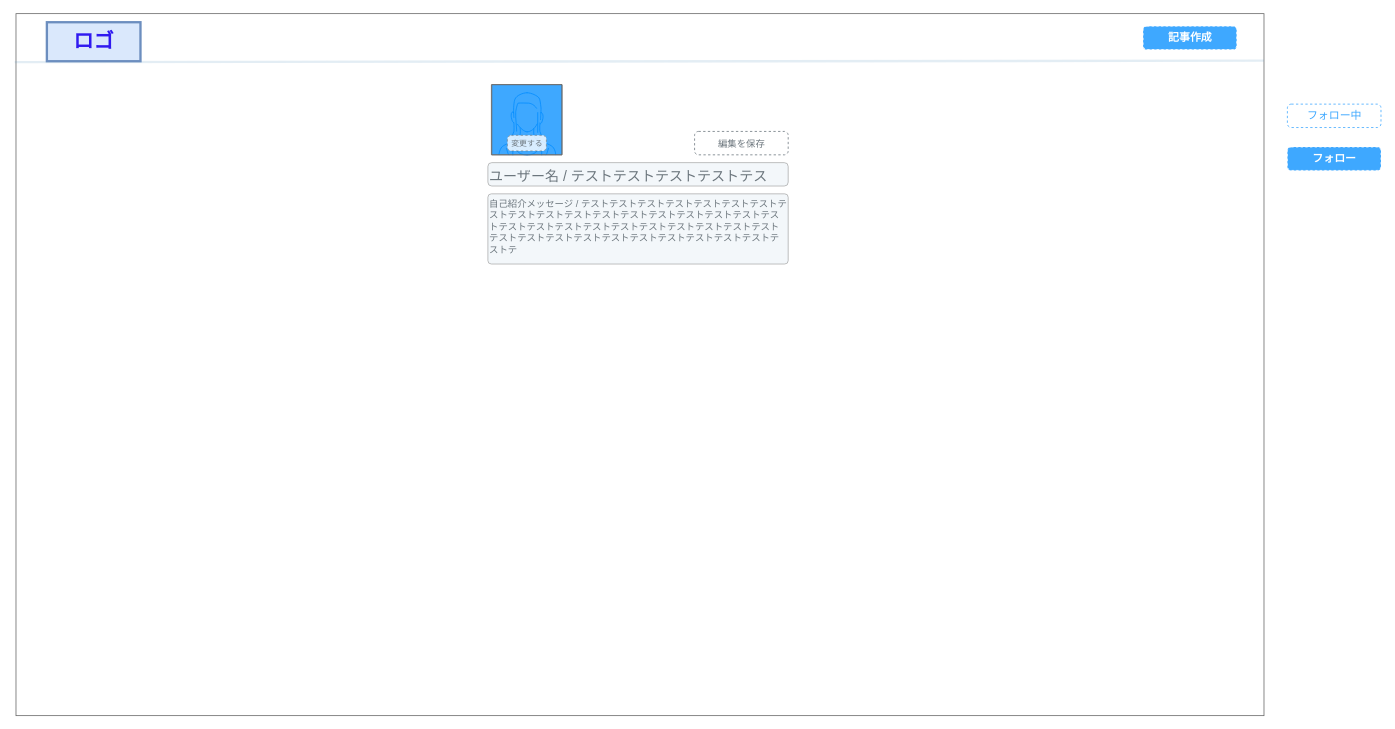
Above: documents/ScreenDesigns/プロフィール編集画面.drawio in fjsho/codegym-team-development (draw.io), before the change. Source tidied: cells renumbered, new cells numbered last; positions are measured from the earlier drawing's top-left corner, leaving out a move shared by most shapes. Both pictures are drawn from the tidied source at 78%, with x=0, y=0 at pixel (16, 13).
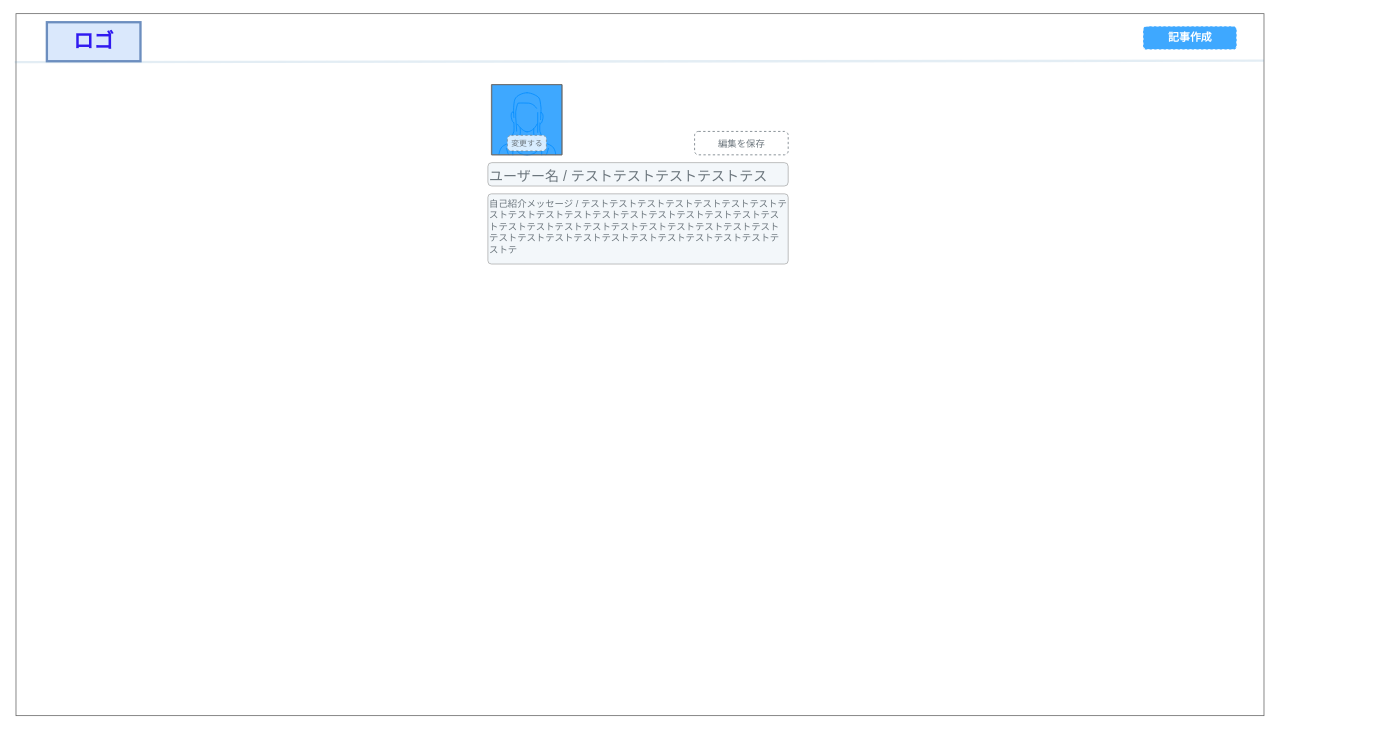
The same page after the edit.

Commit message:
[fix]不要な要素の削除（編集画面）

Change to the diagram source:
```diff
@@
 <mxGraphModel>
   <root>
     <mxCell id="0" />
     <mxCell id="1" parent="0" />
     <mxCell id="2" value="&lt;div class=&quot;sessionsLayoutHeader_title&quot; style=&quot;box-sizing: inherit ; margin: 30px 0px ; letter-spacing: 1px ; font-size: 36px ; font-weight: 400 ; color: rgb(74 , 74 , 74) ; font-style: normal ; text-indent: 0px ; text-transform: none ; word-spacing: 0px ; background-color: rgb(255 , 255 , 255)&quot;&gt;&lt;br&gt;&lt;/div&gt;" style="html=1;shadow=0;dashed=0;fontSize=16;align=left;spacing=15;fillColor=#fff;fontColor=#333333;strokeColor=#666666;" parent="1" vertex="1">
       <mxGeometry width="1600" height="900" as="geometry" />
     </mxCell>
     <mxCell id="3" style="endArrow=none;html=1;strokeColor=#5c93bb2b;strokeWidth=3;entryX=1;entryY=0.067;entryDx=0;entryDy=0;entryPerimeter=0;exitX=-0.001;exitY=0.069;exitDx=0;exitDy=0;exitPerimeter=0;" parent="1" edge="1" source="2" target="2">
       <mxGeometry relative="1" as="geometry" />
     </mxCell>
     <mxCell id="4" value="ロゴ" style="rounded=0;whiteSpace=wrap;html=1;strokeWidth=3;fillColor=#dae8fc;strokeColor=#6c8ebf;fontStyle=1;fontSize=26;labelBackgroundColor=none;fontColor=#301AF0;" parent="1" vertex="1">
       <mxGeometry x="39.6" y="11" width="120" height="50" as="geometry" />
     </mxCell>
-    <mxCell id="5" value="フォロー中" style="html=1;shadow=0;dashed=1;shape=mxgraph.bootstrap.rrect;rSize=5;fillColor=#FFFFFF;strokeColor=#3EA8FF;align=center;spacing=15;fontSize=14;fontColor=#3EA8FF;" parent="1" vertex="1">
-      <mxGeometry x="1630" y="116" width="120" height="30" as="geometry" />
-    </mxCell>
-    <mxCell id="6" value="フォロー" style="html=1;shadow=0;dashed=1;shape=mxgraph.bootstrap.rrect;rSize=5;fillColor=#3EA8FF;strokeColor=#FFFFFF;align=center;spacing=15;fontSize=14;fontColor=#FFFFFF;fontStyle=1;" parent="1" vertex="1">
-      <mxGeometry x="1630" y="171" width="120" height="30" as="geometry" />
-    </mxCell>
     <mxCell id="7" value="&lt;font style=&quot;font-size: 12px&quot;&gt;編集を保存&lt;/font&gt;" style="html=1;shadow=0;dashed=1;shape=mxgraph.bootstrap.rrect;rSize=5;fillColor=#fff;strokeColor=#6c767d;align=center;spacing=15;fontSize=14;fontColor=#6c767d;" parent="1" vertex="1">
       <mxGeometry x="870" y="151" width="120" height="30" as="geometry" />
     </mxCell>
     <mxCell id="8" style="verticalLabelPosition=bottom;shadow=0;dashed=0;align=center;html=1;verticalAlign=top;strokeWidth=1;shape=mxgraph.mockup.containers.userFemale;strokeColor=#666666;strokeColor2=#008cff;fontSize=12;fontColor=#FFFFFF;fillColor=#3EA8FF;" parent="1" vertex="1">
       <mxGeometry x="610" y="91" width="90" height="90" as="geometry" />
     </mxCell>
     <mxCell id="9" value="記事作成" style="html=1;shadow=0;dashed=1;shape=mxgraph.bootstrap.rrect;rSize=5;fillColor=#3EA8FF;strokeColor=#FFFFFF;align=center;spacing=15;fontSize=14;fontColor=#FFFFFF;fontStyle=1;" parent="1" vertex="1">
       <mxGeometry x="1445" y="16" width="120" height="30" as="geometry" />
     </mxCell>
     <mxCell id="10" value="&lt;font style=&quot;font-size: 10px;&quot;&gt;変更する&lt;/font&gt;" style="html=1;shadow=0;dashed=1;shape=mxgraph.bootstrap.rrect;rSize=5;fillColor=#fff;strokeColor=#6c767d;align=center;spacing=15;fontSize=10;fontColor=#6c767d;gradientColor=none;opacity=80;" parent="1" vertex="1">
       <mxGeometry x="630" y="156" width="50" height="20" as="geometry" />
     </mxCell>
     <mxCell id="11" value="&lt;span style=&quot;font-size: 18px&quot;&gt;&lt;font&gt;ユーザー名 / テストテストテストテストテス&lt;/font&gt;&lt;/span&gt;" style="html=1;shadow=0;dashed=0;shape=mxgraph.bootstrap.rrect;rSize=5;fillColor=#f1f5f9;strokeColor=#999999;align=left;spacing=2;fontSize=14;fontColor=#6C767D;rounded=0;opacity=80;spacingTop=5;" parent="1" vertex="1">
       <mxGeometry x="605" y="191" width="385" height="30" as="geometry" />
     </mxCell>
     <mxCell id="12" value="自己紹介メッセージ / テストテストテストテストテストテストテストテストテストテストテストテストテストテストテストテストテストテストテストテストテストテストテストテストテストテストテストテストテストテストテストテストテストテストテストテストテストテストテストテ" style="text;strokeColor=#999999;fillColor=#F1F5F9;align=left;verticalAlign=top;rounded=1;labelBackgroundColor=none;fontSize=12;fontColor=#6C767D;horizontal=1;whiteSpace=wrap;html=1;arcSize=5;opacity=80;" parent="1" vertex="1">
       <mxGeometry x="605" y="231" width="385" height="90" as="geometry" />
     </mxCell>
   </root>
 </mxGraphModel>
```
